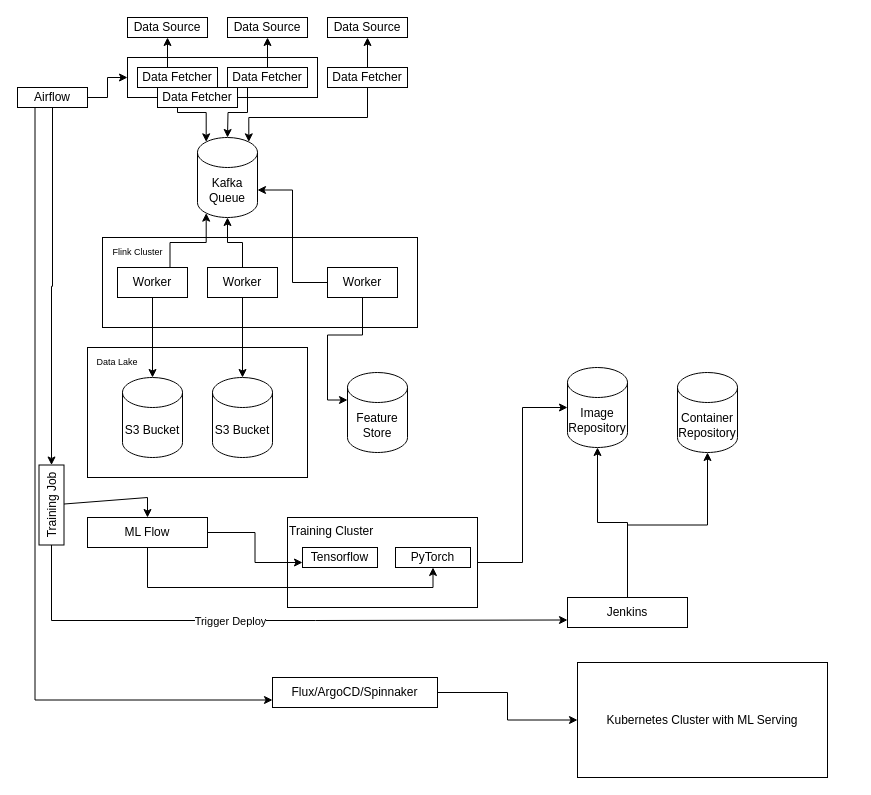
Earlier version of the draw.io diagram designs/MLInfrastructure.drawio (allstrive/scratch-pad). Source tidied: cells renumbered, new cells numbered last; positions are measured from the earlier drawing's top-left corner, leaving out a move shared by most shapes. Both pictures are drawn from the tidied source at 100%, with x=0, y=0 at pixel (11, 17).
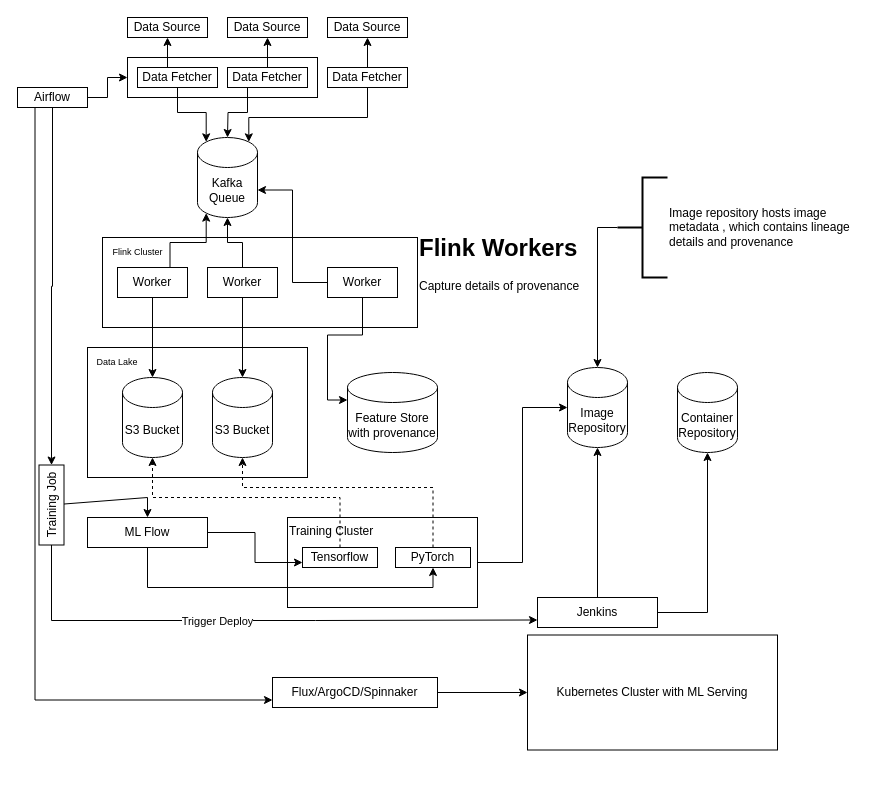
The same diagram, later.

Unchanged cells that the change refers to:
```xml
<mxCell id="26" value="S3 Bucket" style="shape=cylinder3;whiteSpace=wrap;html=1;boundedLbl=1;backgroundOutline=1;size=15;" parent="1" vertex="1">
  <mxGeometry x="111" y="360" width="60" height="80" as="geometry" />
</mxCell>
<mxCell id="27" value="S3 Bucket" style="shape=cylinder3;whiteSpace=wrap;html=1;boundedLbl=1;backgroundOutline=1;size=15;" parent="1" vertex="1">
  <mxGeometry x="201" y="360" width="60" height="80" as="geometry" />
</mxCell>
<mxCell id="39" value="Tensorflow" style="rounded=0;whiteSpace=wrap;html=1;" parent="1" vertex="1">
  <mxGeometry x="291" y="530" width="75" height="20" as="geometry" />
</mxCell>
<mxCell id="40" value="PyTorch" style="rounded=0;whiteSpace=wrap;html=1;" parent="1" vertex="1">
  <mxGeometry x="384" y="530" width="75" height="20" as="geometry" />
</mxCell>
<mxCell id="43" value="Image Repository" style="shape=cylinder3;whiteSpace=wrap;html=1;boundedLbl=1;backgroundOutline=1;size=15;" parent="1" vertex="1">
  <mxGeometry x="556" y="350" width="60" height="80" as="geometry" />
</mxCell>
<mxCell id="50" value="Container Repository" style="shape=cylinder3;whiteSpace=wrap;html=1;boundedLbl=1;backgroundOutline=1;size=15;" parent="1" vertex="1">
  <mxGeometry x="666" y="355" width="60" height="80" as="geometry" />
</mxCell>
```

Diff of the diagram source:
```diff
@@
-    <mxCell id="23" value="Data Fetcher" style="rounded=0;whiteSpace=wrap;html=1;" parent="1" vertex="1">
-      <mxGeometry x="146" y="70" width="80" height="20" as="geometry" />
-    </mxCell>
@@
-    <mxCell id="32" value="Feature Store" style="shape=cylinder3;whiteSpace=wrap;html=1;boundedLbl=1;backgroundOutline=1;size=15;" parent="1" vertex="1">
-      <mxGeometry x="336" y="355" width="60" height="80" as="geometry" />
+    <mxCell id="32" value="Feature Store with proven&lt;span style=&quot;background-color: initial;&quot;&gt;ance&lt;/span&gt;" style="shape=cylinder3;whiteSpace=wrap;html=1;boundedLbl=1;backgroundOutline=1;size=15;" parent="1" vertex="1">
+      <mxGeometry x="336" y="355" width="90" height="80" as="geometry" />
     </mxCell>
@@
+    <mxCell id="52" style="edgeStyle=orthogonalEdgeStyle;rounded=0;jettySize=auto;html=1;" parent="1" edge="1" source="44" target="50">
+      <mxGeometry relative="1" as="geometry">
+        <Array as="points">
+          <mxPoint x="696" y="595" />
+        </Array>
+      </mxGeometry>
+    </mxCell>
     <mxCell id="44" value="Jenkins" style="rounded=0;whiteSpace=wrap;html=1;" parent="1" vertex="1">
-      <mxGeometry x="556" y="580" width="120" height="30" as="geometry" />
+      <mxGeometry x="526" y="580" width="120" height="30" as="geometry" />
     </mxCell>
@@
-    <mxCell id="52" style="edgeStyle=orthogonalEdgeStyle;rounded=0;jettySize=auto;html=1;entryX=0.5;entryY=1;entryDx=0;entryDy=0;entryPerimeter=0;" parent="1" edge="1" source="44" target="50">
-      <mxGeometry relative="1" as="geometry" />
-    </mxCell>
@@
     <mxCell id="55" value="Kubernetes Cluster with ML Serving" style="rounded=0;whiteSpace=wrap;html=1;" parent="1" vertex="1">
-      <mxGeometry x="566" y="645" width="250" height="115" as="geometry" />
+      <mxGeometry x="516" y="617.5" width="250" height="115" as="geometry" />
     </mxCell>
+    <mxCell id="56" value="Image repository hosts image&amp;nbsp;&lt;div&gt;metadata , which contains lineage&amp;nbsp;&lt;/div&gt;&lt;div&gt;details and provenance&lt;/div&gt;" style="strokeWidth=2;html=1;shape=mxgraph.flowchart.annotation_2;align=left;labelPosition=right;" parent="1" vertex="1">
+      <mxGeometry x="606" y="160" width="50" height="100" as="geometry" />
+    </mxCell>
+    <mxCell id="57" style="edgeStyle=orthogonalEdgeStyle;rounded=0;jettySize=auto;html=1;entryX=0.5;entryY=0;entryDx=0;entryDy=0;entryPerimeter=0;exitX=0;exitY=0.5;exitDx=0;exitDy=0;exitPerimeter=0;" parent="1" edge="1" source="56" target="43">
+      <mxGeometry relative="1" as="geometry" />
+    </mxCell>
+    <mxCell id="58" style="edgeStyle=orthogonalEdgeStyle;rounded=0;jettySize=auto;html=1;entryX=0.5;entryY=1;entryDx=0;entryDy=0;entryPerimeter=0;dashed=1;" parent="1" edge="1" source="40" target="27">
+      <mxGeometry relative="1" as="geometry">
+        <Array as="points">
+          <mxPoint x="422" y="470" />
+          <mxPoint x="231" y="470" />
+        </Array>
+      </mxGeometry>
+    </mxCell>
+    <mxCell id="59" style="edgeStyle=orthogonalEdgeStyle;rounded=0;jettySize=auto;html=1;entryX=0.5;entryY=1;entryDx=0;entryDy=0;entryPerimeter=0;dashed=1;" parent="1" edge="1" source="39" target="26">
+      <mxGeometry relative="1" as="geometry">
+        <Array as="points">
+          <mxPoint x="329" y="480" />
+          <mxPoint x="141" y="480" />
+        </Array>
+      </mxGeometry>
+    </mxCell>
+    <mxCell id="60" value="&lt;h1 style=&quot;margin-top: 0px;&quot;&gt;Flink Workers&lt;/h1&gt;&lt;div&gt;Capture details of provenance&lt;/div&gt;" style="text;html=1;whiteSpace=wrap;overflow=hidden;rounded=0;" parent="1" vertex="1">
+      <mxGeometry x="406" y="210" width="170" height="80" as="geometry" />
+    </mxCell>
```
